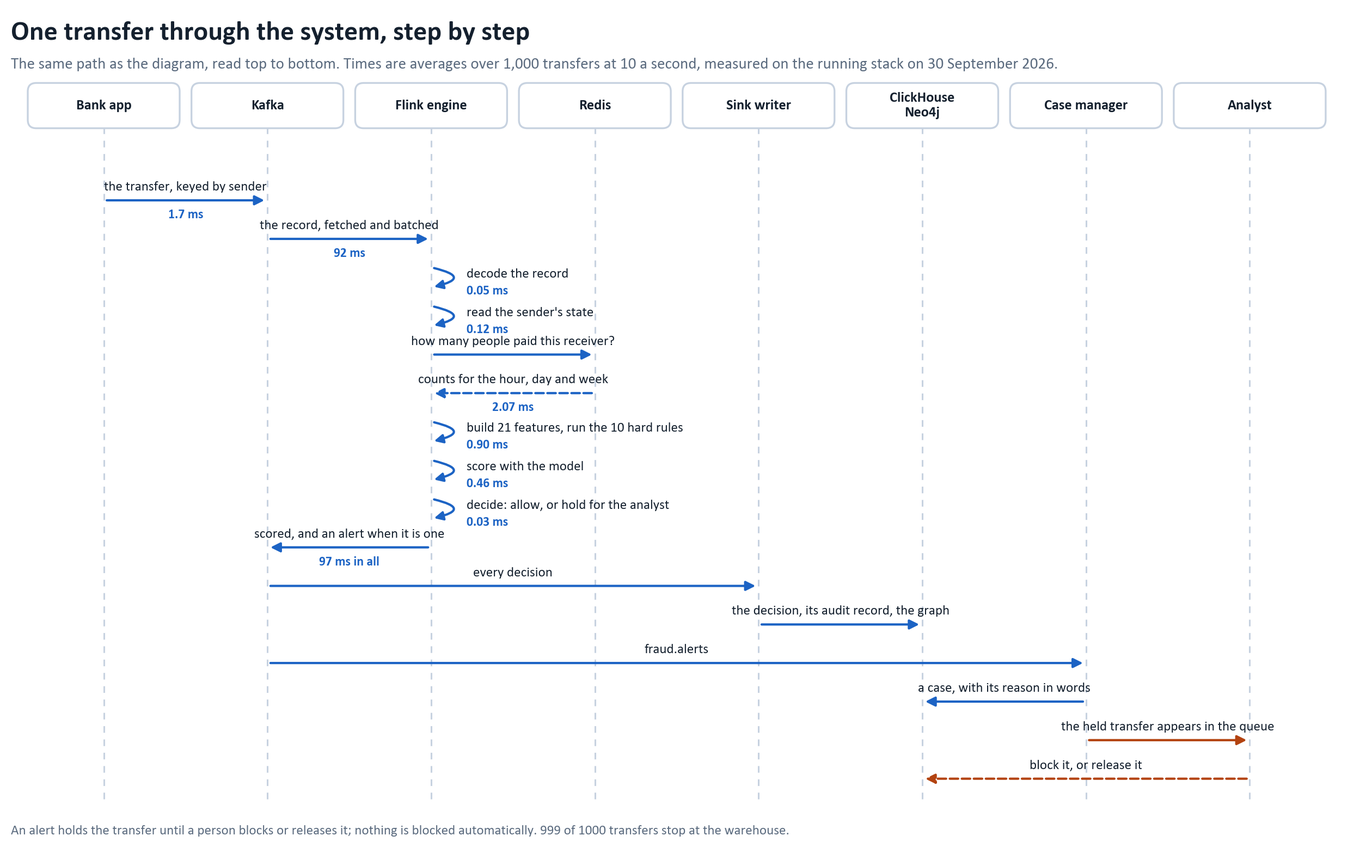
This is docs/pipeline_sequence.png from avazahmedov95/fraud-detection, a Mermaid export, as it was before one commit. Its source is kept beside it as docs/pipeline_sequence.mmd.
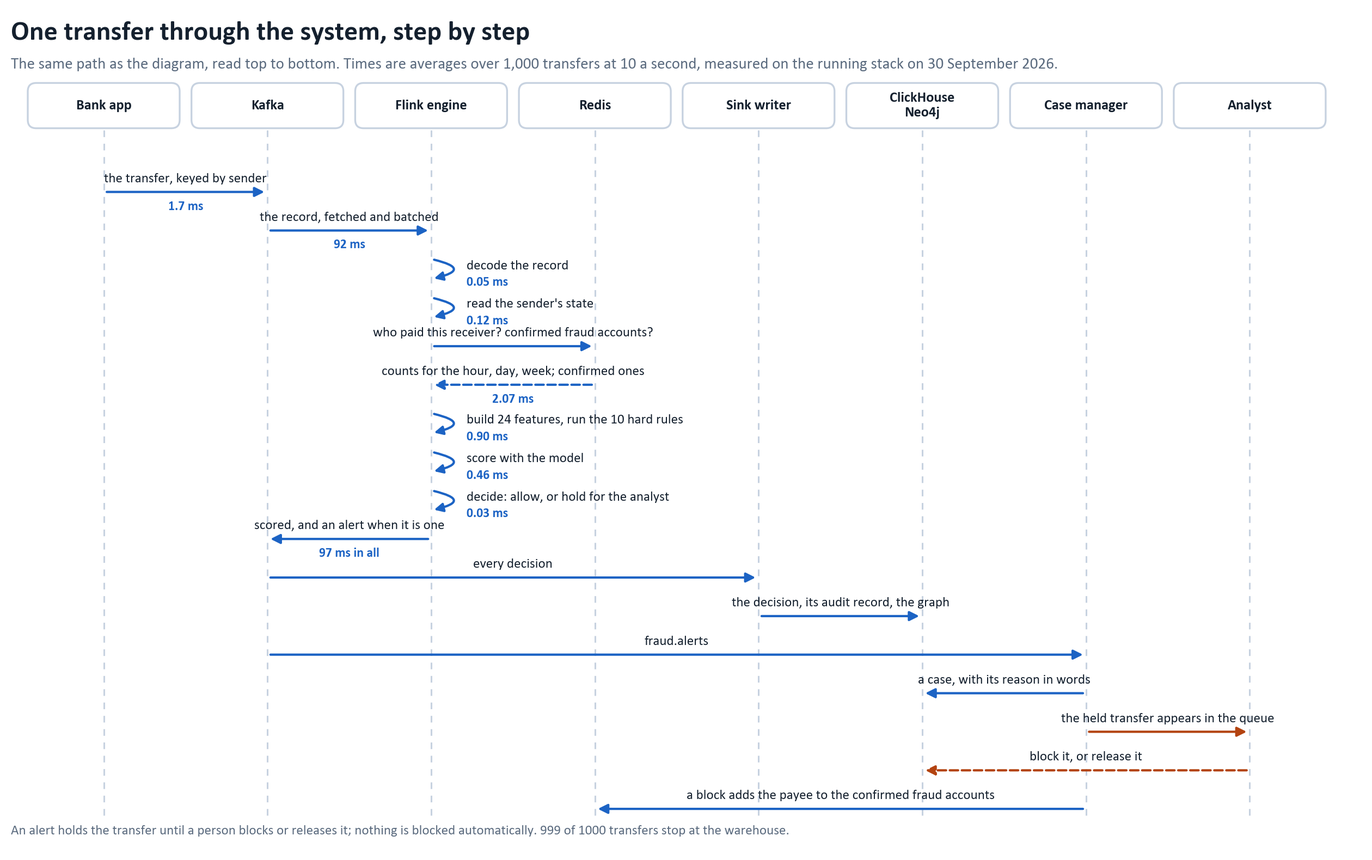
After the commit.

The edit, as a diff of the source:
```diff
@@ -15,9 +15,9 @@
     Kafka->>Flink: the record, fetched and batched (92 ms)
     Flink->>Flink: decode (0.05 ms)
     Flink->>Flink: read this sender's state (0.12 ms)
-    Flink->>Redis: how many people paid this receiver?
-    Redis-->>Flink: counts for the hour, day and week (2.07 ms)
-    Flink->>Flink: build 21 features, run the 10 hard rules (0.90 ms)
+    Flink->>Redis: how many people paid this receiver? any confirmed fraud accounts?
+    Redis-->>Flink: counts for the hour, day and week, and the confirmed ones (2.07 ms)
+    Flink->>Flink: build 24 features, run the 10 hard rules (0.90 ms)
     Flink->>Flink: score with the model (0.46 ms)
     Flink->>Flink: decide: allow or hold (0.03 ms)
     Flink->>Kafka: transactions.scored, and fraud.alerts when it is an alert (97 ms in all)
@@ -27,3 +27,4 @@
     Case->>DB: open a case, with its reason in words
     Case->>Analyst: the held transfer appears in the queue
     Analyst->>DB: block it, or release it
+    Case->>Redis: a block adds the payee to the confirmed fraud accounts
```
